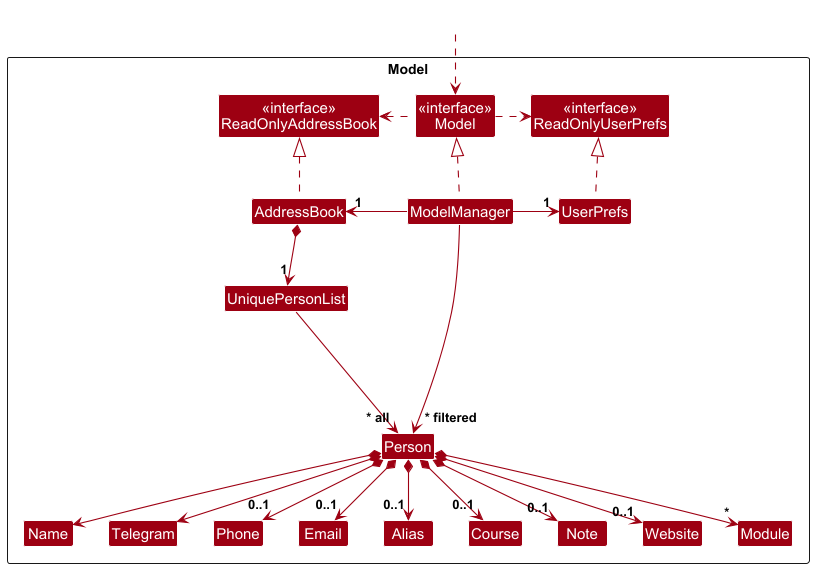
This is docs/images/ModelClassDiagram.png from yjunyeu/tp, a PlantUML export, as it was before one commit.
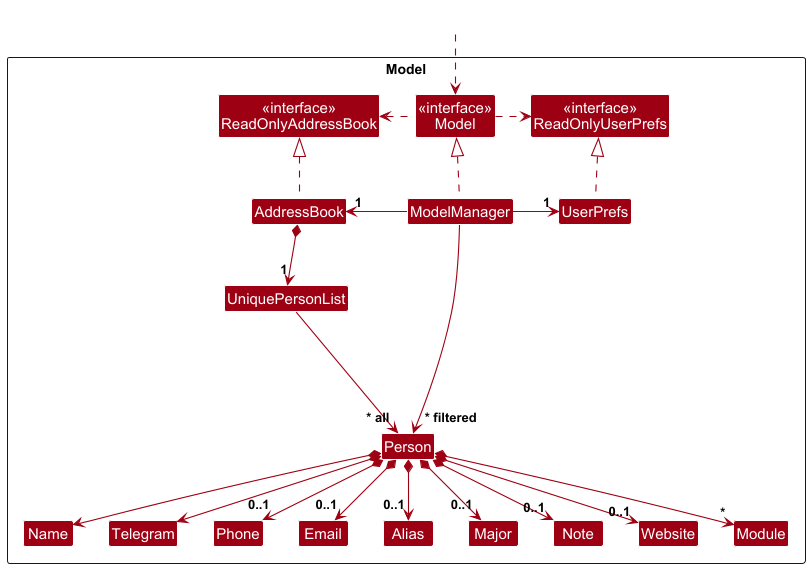
Later version of the same file.

Commit message:
Update class diagrams

What changed in the source:
```diff
@@ -19,7 +19,7 @@
 Class Phone
 Class Email
 Class Alias
-Class Course
+Class Major
 Class Note
 Class Website
 Class Module
@@ -46,7 +46,7 @@
 Person *--> "0..1" Phone
 Person *--> "0..1" Email
 Person *--> "0..1" Alias
-Person *--> "0..1" Course
+Person *--> "0..1" Major
 Person *--> "0..1" Note
 Person *--> "0..1" Website
 Person *--> "*" Module
```
